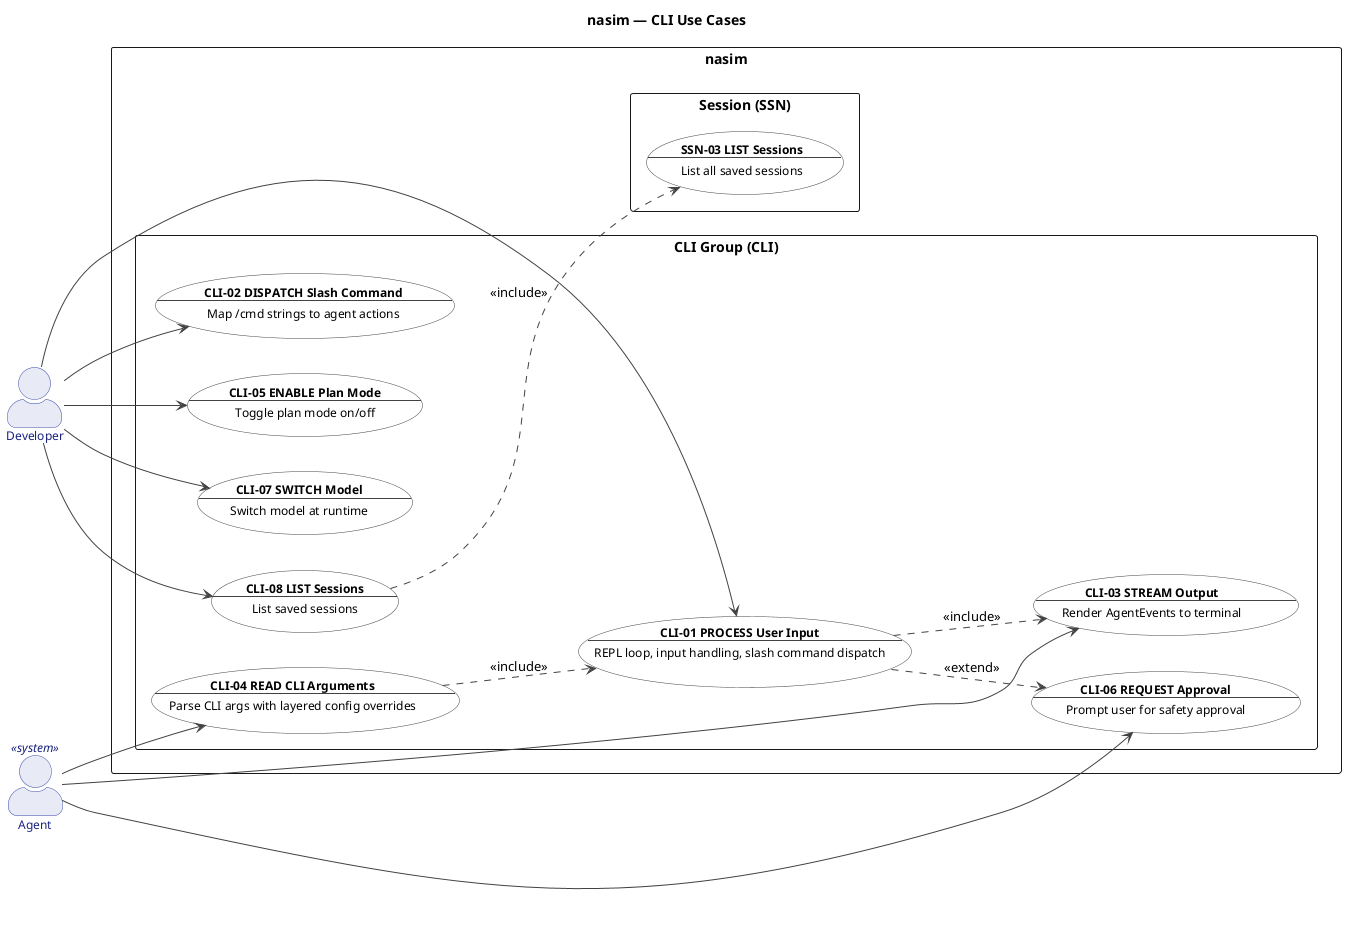
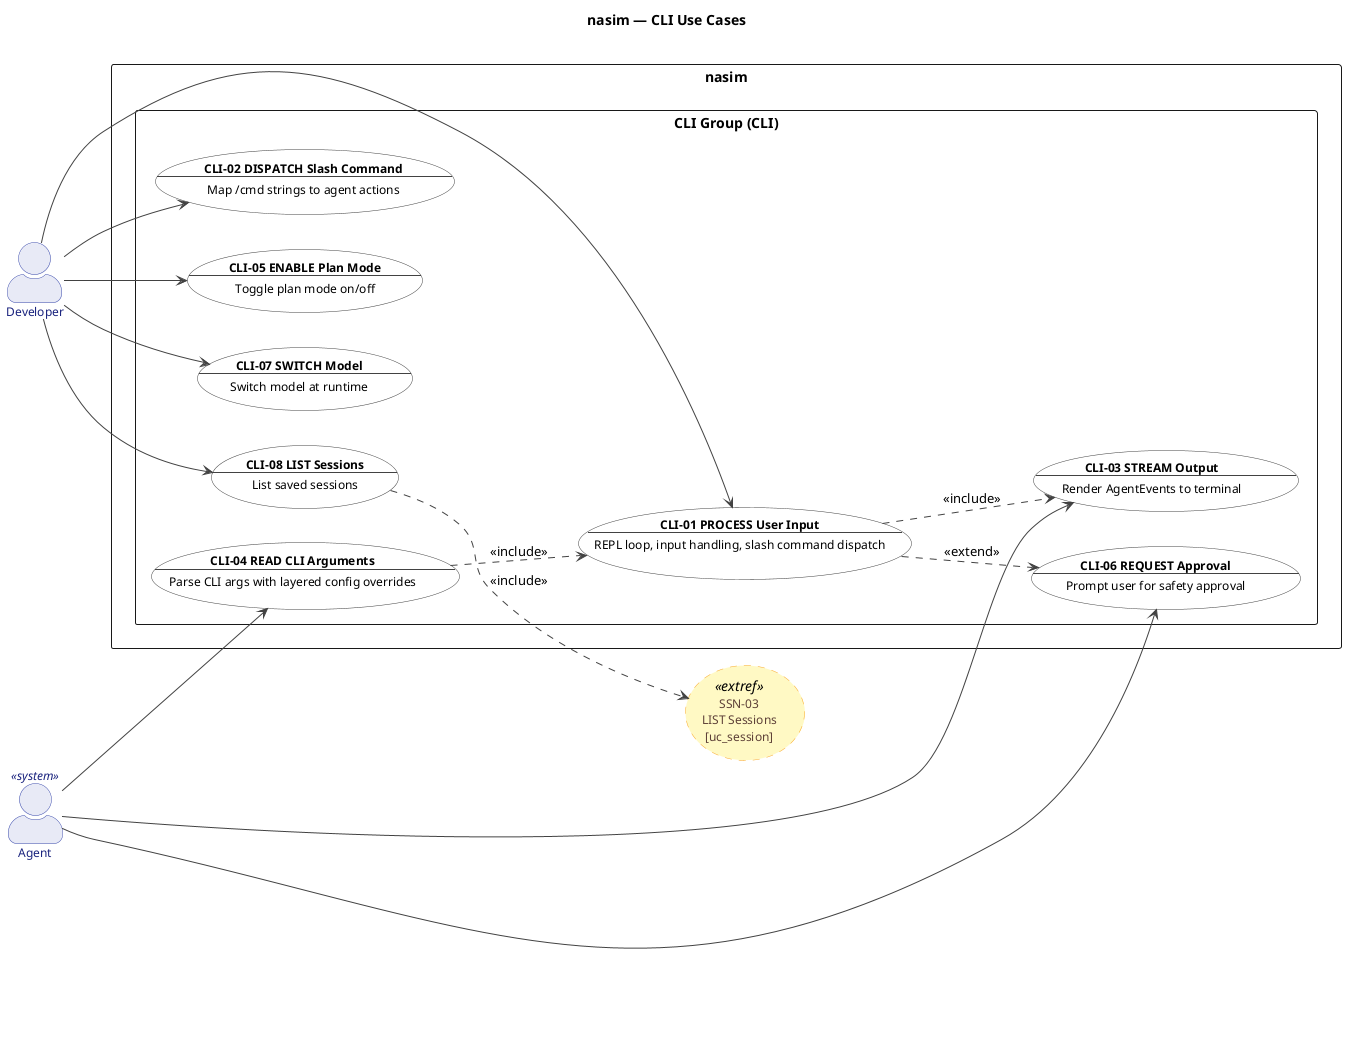
@startuml uc_cli

' ============================================================
' Title:     nasim — UC: CLI Group
' Group:     CLI (CLI Layer)
' Boundary:  nasim code agent
' Purpose:   REPL, argument parsing, slash commands, rich rendering
' Milestone: v1.0
- ' Version:   6.0.0
+ ' Version:   7.0.0
' Source:    docs/ENTITIES.md
' Review:    docs/audit/audit.2026.06.20.uc-layer.car.md
' ============================================================

left to right direction

title nasim — CLI Use Cases

skinparam actorStyle awesome
skinparam packageStyle rectangle

skinparam usecase {
  BackgroundColor #FFFFFF
  BorderColor #424242
  FontColor #000000
  ArrowColor #424242
  FontSize 12
}

skinparam actor {
  BackgroundColor #E8EAF6
  BorderColor #3949AB
  FontColor #1A237E
  FontSize 12
}

+ skinparam usecase<<extref>> {
+   BackgroundColor #FFF9C4
+   BorderColor #F9A825
+   FontColor #5D4037
+   BorderStyle dashed
+ }
+ 
' ============================================================
' Actors
' ============================================================

actor "Developer" as Developer
actor "Agent" as Agent <<system>>
+ 
+ ' ============================================================
+ ' Cross-Group External References
+ ' ============================================================
+ 
+ usecase "SSN-03\nLIST Sessions\n[uc_session]" as SSN03_ext <<extref>>

' ============================================================
' System Boundary
' ============================================================

rectangle "nasim" {
  package "CLI Group (CLI)" {
    usecase "**CLI-01 PROCESS User Input**\n--\nREPL loop, input handling, slash command dispatch" as CLI01
    usecase "**CLI-02 DISPATCH Slash Command**\n--\nMap /cmd strings to agent actions" as CLI02
    usecase "**CLI-03 STREAM Output**\n--\nRender AgentEvents to terminal" as CLI03
    usecase "**CLI-04 READ CLI Arguments**\n--\nParse CLI args with layered config overrides" as CLI04
    usecase "**CLI-05 ENABLE Plan Mode**\n--\nToggle plan mode on/off" as CLI05
    usecase "**CLI-06 REQUEST Approval**\n--\nPrompt user for safety approval" as CLI06
    usecase "**CLI-07 SWITCH Model**\n--\nSwitch model at runtime" as CLI07
    usecase "**CLI-08 LIST Sessions**\n--\nList saved sessions" as CLI08
-   }
- 
-   package "Session (SSN)" {
-     usecase "**SSN-03 LIST Sessions**\n--\nList all saved sessions" as SSN03
  }
}

' ============================================================
' Actor -> Use Case Associations
' ============================================================

Developer --> CLI01
Developer --> CLI02
Developer --> CLI05
Developer --> CLI07
Developer --> CLI08
Agent --> CLI03
Agent --> CLI04
Agent --> CLI06

' ============================================================
' Relationships
' ============================================================

CLI01 ..> CLI03 : <<include>>
CLI04 ..> CLI01 : <<include>>
CLI01 ..> CLI06 : <<extend>>
- CLI08 ..> SSN03 : <<include>>
+ CLI08 ..> SSN03_ext : <<include>>

@enduml
